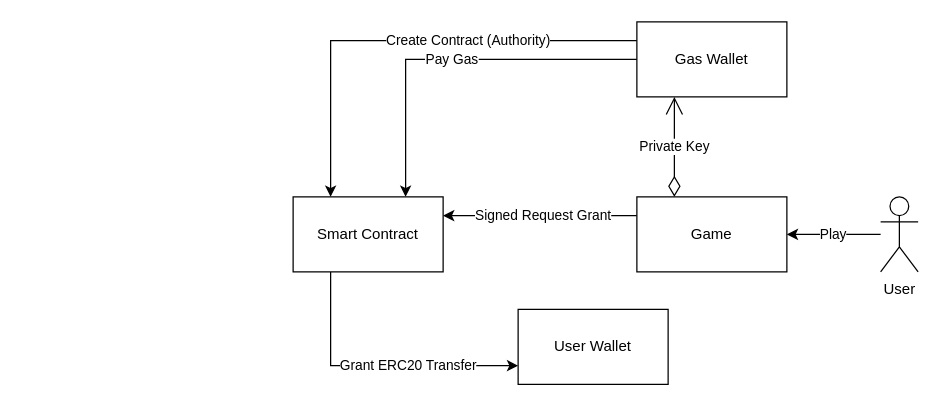
kilogold/BadgerDAO keeps this draw.io diagram as Documentation/Diagrams.drawio. Above is the earlier version. Source tidied: cells renumbered, new cells numbered last; positions are measured from the earlier drawing's top-left corner, leaving out a move shared by most shapes. Both pictures are drawn from the tidied source at 125%, with x=0, y=0 at pixel (292, 21).
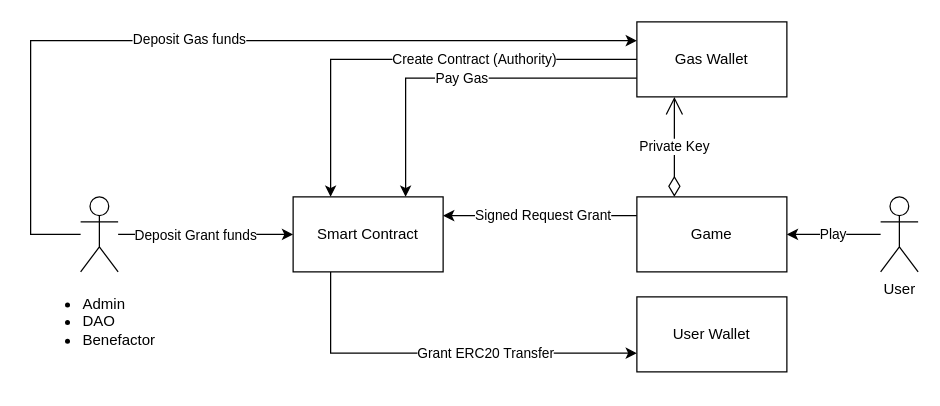
The same page after the edit.

Unchanged cells that the change refers to:
```xml
<mxCell id="4" value="Gas Wallet" style="rounded=0;whiteSpace=wrap;html=1;" parent="1" vertex="1">
  <mxGeometry x="275" width="120" height="60" as="geometry" />
</mxCell>
<mxCell id="6" value="Smart Contract" style="rounded=0;whiteSpace=wrap;html=1;" parent="1" vertex="1">
  <mxGeometry y="140" width="120" height="60" as="geometry" />
</mxCell>
```

The edit, as a diff of the source:
```diff
@@
-    <mxCell id="2" value="Pay Gas" style="edgeStyle=orthogonalEdgeStyle;rounded=0;jettySize=auto;html=1;entryX=0.75;entryY=0;entryDx=0;entryDy=0;" parent="1" edge="1" source="4" target="6">
+    <mxCell id="2" value="Pay Gas" style="edgeStyle=orthogonalEdgeStyle;rounded=0;jettySize=auto;html=1;entryX=0.75;entryY=0;entryDx=0;entryDy=0;exitX=0;exitY=0.75;exitDx=0;exitDy=0;" parent="1" edge="1" source="4" target="6">
       <mxGeometry relative="1" as="geometry" />
     </mxCell>
-    <mxCell id="3" value="Create Contract (Authority)" style="edgeStyle=orthogonalEdgeStyle;rounded=0;jettySize=auto;html=1;exitX=0;exitY=0.25;exitDx=0;exitDy=0;entryX=0.25;entryY=0;entryDx=0;entryDy=0;" parent="1" edge="1" source="4" target="6">
+    <mxCell id="3" value="Create Contract (Authority)" style="edgeStyle=orthogonalEdgeStyle;rounded=0;jettySize=auto;html=1;exitX=0;exitY=0.5;exitDx=0;exitDy=0;entryX=0.25;entryY=0;entryDx=0;entryDy=0;" parent="1" edge="1" source="4" target="6">
       <mxGeometry x="-0.27" relative="1" as="geometry" />
     </mxCell>
@@
     <mxCell id="9" value="User Wallet" style="rounded=0;whiteSpace=wrap;html=1;" parent="1" vertex="1">
-      <mxGeometry x="180" y="230" width="120" height="60" as="geometry" />
+      <mxGeometry x="275" y="220" width="120" height="60" as="geometry" />
     </mxCell>
@@
+    <mxCell id="13" style="edgeStyle=orthogonalEdgeStyle;rounded=0;jettySize=auto;html=1;entryX=0;entryY=0.5;entryDx=0;entryDy=0;" parent="1" edge="1" source="17" target="6">
+      <mxGeometry relative="1" as="geometry" />
+    </mxCell>
+    <mxCell id="14" value="Deposit Grant funds" style="edgeLabel;html=1;align=center;verticalAlign=middle;" parent="13" vertex="1">
+      <mxGeometry x="-0.13" relative="1" as="geometry" />
+    </mxCell>
+    <mxCell id="15" style="edgeStyle=orthogonalEdgeStyle;rounded=0;jettySize=auto;html=1;entryX=0;entryY=0.25;entryDx=0;entryDy=0;" parent="1" edge="1" source="17" target="4">
+      <mxGeometry relative="1" as="geometry">
+        <Array as="points">
+          <mxPoint x="-210" y="170" />
+          <mxPoint x="-210" y="15" />
+        </Array>
+      </mxGeometry>
+    </mxCell>
+    <mxCell id="16" value="Deposit Gas funds" style="edgeLabel;html=1;align=center;verticalAlign=middle;" parent="15" vertex="1">
+      <mxGeometry x="-0.16" y="-1" relative="1" as="geometry">
+        <mxPoint x="35" y="-2" as="offset" />
+      </mxGeometry>
+    </mxCell>
+    <mxCell id="17" value="&lt;ul&gt;&lt;li&gt;&lt;span&gt;Admin&lt;/span&gt;&lt;/li&gt;&lt;li&gt;&lt;span&gt;DAO&lt;/span&gt;&lt;/li&gt;&lt;li&gt;&lt;span&gt;Benefactor&lt;/span&gt;&lt;/li&gt;&lt;/ul&gt;" style="shape=umlActor;verticalLabelPosition=bottom;verticalAlign=top;html=1;align=left;spacingLeft=-40;" parent="1" vertex="1">
+      <mxGeometry x="-170" y="140" width="30" height="60" as="geometry" />
+    </mxCell>
```
